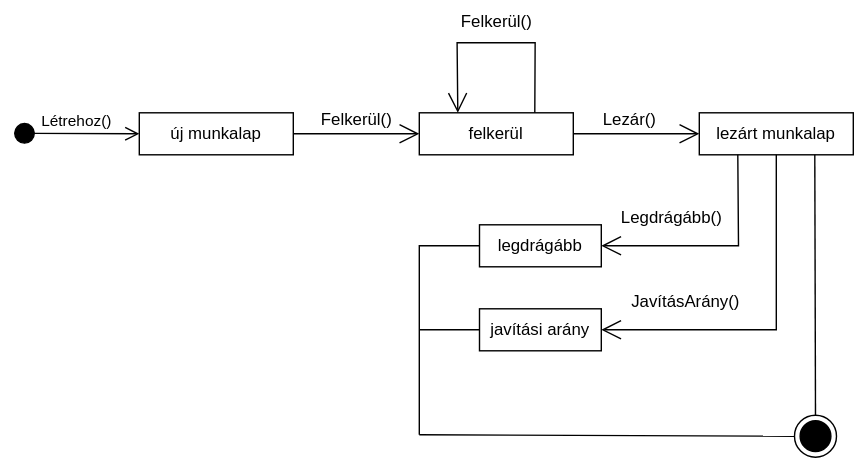
Above: 2/oep/nagybeadando/terv/allapot_diagram.svg in sassvagyok/elte-ik (draw.io), before the change. Source tidied: cells renumbered, new cells last; positions are measured from the earlier drawing's top-left corner, leaving out a move shared by most shapes.
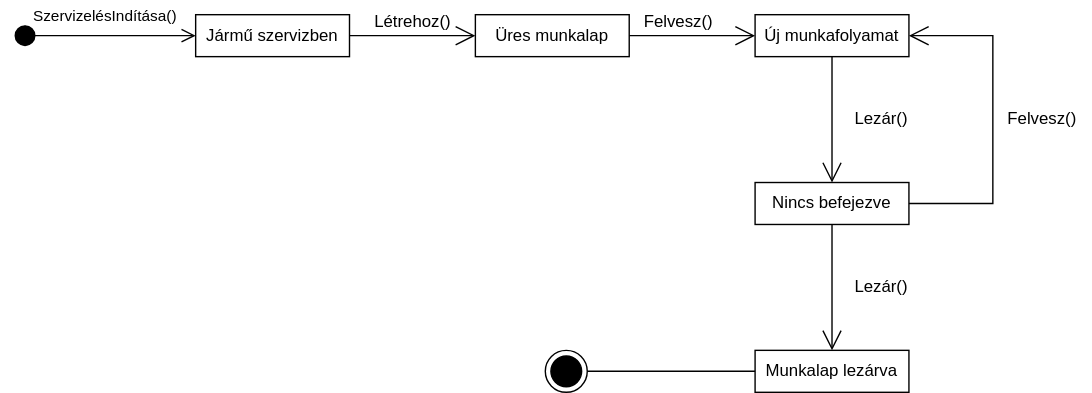
After the change.

The edit, as a diff of the source:
```diff
@@ -2,94 +2,70 @@
   <root>
     <mxCell id="0" />
     <mxCell id="1" parent="0" />
-    <mxCell id="2" value="Létrehoz()" style="html=1;verticalAlign=bottom;startArrow=circle;startFill=1;endArrow=open;startSize=6;endSize=8;curved=0;rounded=0;entryX=0;entryY=0.5;entryDx=0;entryDy=0;" parent="1" edge="1" target="3">
-      <mxGeometry relative="1" as="geometry">
-        <mxPoint y="94.7" as="sourcePoint" />
+    <mxCell id="2" value="SzervizelésIndítása()" style="html=1;verticalAlign=bottom;startArrow=circle;startFill=1;endArrow=open;startSize=6;endSize=8;curved=0;rounded=0;entryX=0;entryY=0.5;entryDx=0;entryDy=0;" parent="1" edge="1" target="3">
+      <mxGeometry y="5" relative="1" as="geometry">
+        <mxPoint x="-40" y="95" as="sourcePoint" />
       </mxGeometry>
     </mxCell>
-    <mxCell id="3" value="új munkalap" style="html=1;whiteSpace=wrap;" parent="1" vertex="1">
+    <mxCell id="3" value="Jármű szervizben" style="html=1;whiteSpace=wrap;" parent="1" vertex="1">
       <mxGeometry x="90" y="80" width="110" height="30" as="geometry" />
     </mxCell>
-    <mxCell id="4" value="felkerül" style="html=1;whiteSpace=wrap;" parent="1" vertex="1">
+    <mxCell id="4" value="Üres munkalap" style="html=1;whiteSpace=wrap;" parent="1" vertex="1">
       <mxGeometry x="290" y="80" width="110" height="30" as="geometry" />
     </mxCell>
     <mxCell id="5" style="endArrow=open;endFill=1;endSize=12;html=1;rounded=0;exitX=1;exitY=0.5;exitDx=0;exitDy=0;entryX=0;entryY=0.5;entryDx=0;entryDy=0;" parent="1" edge="1" source="3" target="4">
       <mxGeometry relative="1" as="geometry" />
     </mxCell>
-    <mxCell id="6" value="Felkerül()" style="text;html=1;align=center;verticalAlign=middle;strokeColor=none;fillColor=none;" parent="1" vertex="1">
-      <mxGeometry x="210" y="70" width="70" height="30" as="geometry" />
+    <mxCell id="6" value="Létrehoz()" style="text;html=1;align=center;verticalAlign=middle;strokeColor=none;fillColor=none;" parent="1" vertex="1">
+      <mxGeometry x="205" y="70" width="80" height="30" as="geometry" />
     </mxCell>
-    <mxCell id="7" value="Lezár()" style="text;html=1;align=center;verticalAlign=middle;strokeColor=none;fillColor=none;" parent="1" vertex="1">
-      <mxGeometry x="410" y="70" width="60" height="30" as="geometry" />
-    </mxCell>
     <mxCell id="8" style="endArrow=open;endFill=1;endSize=12;html=1;rounded=0;exitX=1;exitY=0.5;exitDx=0;exitDy=0;" parent="1" edge="1" source="4">
       <mxGeometry relative="1" as="geometry">
         <mxPoint x="490" y="95" as="targetPoint" />
       </mxGeometry>
     </mxCell>
-    <mxCell id="9" value="lezárt munkalap" style="html=1;whiteSpace=wrap;" parent="1" vertex="1">
+    <mxCell id="9" value="Új munkafolyamat" style="html=1;whiteSpace=wrap;" parent="1" vertex="1">
       <mxGeometry x="490" y="80" width="110" height="30" as="geometry" />
     </mxCell>
-    <mxCell id="10" style="endArrow=open;endFill=1;endSize=12;html=1;rounded=0;exitX=0.75;exitY=0;exitDx=0;exitDy=0;entryX=0.25;entryY=0;entryDx=0;entryDy=0;" parent="1" edge="1" source="4" target="4">
-      <mxGeometry relative="1" as="geometry">
-        <Array as="points">
-          <mxPoint x="372.8" y="30" />
-          <mxPoint x="317" y="30" />
-        </Array>
-      </mxGeometry>
-    </mxCell>
-    <mxCell id="11" value="Felkerül()" style="text;html=1;align=center;verticalAlign=middle;strokeColor=none;fillColor=none;" parent="1" vertex="1">
-      <mxGeometry x="310" width="70" height="30" as="geometry" />
+    <mxCell id="11" value="Felvesz()" style="text;html=1;align=center;verticalAlign=middle;strokeColor=none;fillColor=none;" parent="1" vertex="1">
+      <mxGeometry x="400" y="70" width="70" height="30" as="geometry" />
     </mxCell>
-    <mxCell id="12" style="endArrow=open;endFill=1;endSize=12;html=1;rounded=0;exitX=0.25;exitY=1;exitDx=0;exitDy=0;entryX=1;entryY=0.5;entryDx=0;entryDy=0;" parent="1" edge="1" source="9" target="14">
-      <mxGeometry relative="1" as="geometry">
-        <Array as="points">
-          <mxPoint x="518" y="175" />
-        </Array>
-      </mxGeometry>
-    </mxCell>
-    <mxCell id="13" value="Legdrágább()" style="text;html=1;align=center;verticalAlign=middle;strokeColor=none;fillColor=none;" parent="1" vertex="1">
-      <mxGeometry x="420" y="140" width="100" height="30" as="geometry" />
-    </mxCell>
-    <mxCell id="14" value="legdrágább" style="html=1;whiteSpace=wrap;" parent="1" vertex="1">
-      <mxGeometry x="333" y="160" width="87" height="30" as="geometry" />
-    </mxCell>
-    <mxCell id="15" style="endArrow=open;endFill=1;endSize=12;html=1;rounded=0;exitX=0.5;exitY=1;exitDx=0;exitDy=0;entryX=1;entryY=0.5;entryDx=0;entryDy=0;" parent="1" edge="1" source="9" target="16">
-      <mxGeometry relative="1" as="geometry">
-        <Array as="points">
-          <mxPoint x="545" y="235" />
-        </Array>
-      </mxGeometry>
-    </mxCell>
-    <mxCell id="16" value="javítási arány" style="html=1;whiteSpace=wrap;" parent="1" vertex="1">
-      <mxGeometry x="333" y="220" width="87" height="30" as="geometry" />
-    </mxCell>
     <mxCell id="17" style="ellipse;html=1;shape=endState;fillColor=#000000;strokeColor=default;" parent="1" vertex="1">
-      <mxGeometry x="558" y="296" width="30" height="30" as="geometry" />
+      <mxGeometry x="340" y="320" width="30" height="30" as="geometry" />
     </mxCell>
-    <mxCell id="18" value="&lt;div&gt;JavításArány()&lt;/div&gt;" style="text;html=1;align=center;verticalAlign=middle;strokeColor=none;fillColor=none;" parent="1" vertex="1">
-      <mxGeometry x="430" y="200" width="100" height="30" as="geometry" />
-    </mxCell>
-    <mxCell id="19" style="endArrow=none;html=1;rounded=0;entryX=0;entryY=0.5;entryDx=0;entryDy=0;" parent="1" edge="1" target="14">
-      <mxGeometry relative="1" as="geometry">
-        <mxPoint x="290" y="310" as="sourcePoint" />
-        <Array as="points">
-          <mxPoint x="290" y="175" />
-        </Array>
-      </mxGeometry>
-    </mxCell>
-    <mxCell id="20" style="endArrow=none;html=1;rounded=0;entryX=0;entryY=0.5;entryDx=0;entryDy=0;" parent="1" edge="1" target="16">
-      <mxGeometry relative="1" as="geometry">
-        <mxPoint x="290" y="235" as="sourcePoint" />
-      </mxGeometry>
-    </mxCell>
-    <mxCell id="21" style="endArrow=none;html=1;rounded=0;entryX=0.75;entryY=1;entryDx=0;entryDy=0;exitX=0.5;exitY=0;exitDx=0;exitDy=0;" parent="1" edge="1" source="17" target="9">
-      <mxGeometry relative="1" as="geometry" />
-    </mxCell>
-    <mxCell id="22" style="endArrow=none;html=1;rounded=0;entryX=0;entryY=0.5;entryDx=0;entryDy=0;" parent="1" edge="1" target="17">
-      <mxGeometry relative="1" as="geometry">
-        <mxPoint x="290" y="310" as="sourcePoint" />
-      </mxGeometry>
-    </mxCell>
+    <mxCell id="23" value="Nincs befejezve" style="html=1;whiteSpace=wrap;" parent="1" vertex="1">
+      <mxGeometry x="490" y="200" width="110" height="30" as="geometry" />
+    </mxCell>
+    <mxCell id="24" style="endArrow=open;endFill=1;endSize=12;html=1;rounded=0;exitX=0.5;exitY=1;exitDx=0;exitDy=0;entryX=0.5;entryY=0;entryDx=0;entryDy=0;" parent="1" edge="1" source="9" target="23">
+      <mxGeometry relative="1" as="geometry" />
+    </mxCell>
+    <mxCell id="25" value="Lezár()" style="text;html=1;align=center;verticalAlign=middle;strokeColor=none;fillColor=none;" parent="1" vertex="1">
+      <mxGeometry x="550" y="140" width="60" height="30" as="geometry" />
+    </mxCell>
+    <mxCell id="26" style="endArrow=open;endFill=1;endSize=12;html=1;rounded=0;exitX=1;exitY=0.5;exitDx=0;exitDy=0;entryX=1;entryY=0.5;entryDx=0;entryDy=0;" parent="1" edge="1" source="23" target="9">
+      <mxGeometry relative="1" as="geometry">
+        <Array as="points">
+          <mxPoint x="660" y="215" />
+          <mxPoint x="660" y="95" />
+        </Array>
+      </mxGeometry>
+    </mxCell>
+    <mxCell id="27" value="Felvesz()" style="text;html=1;align=center;verticalAlign=middle;strokeColor=none;fillColor=none;" parent="1" vertex="1">
+      <mxGeometry x="660" y="140" width="70" height="30" as="geometry" />
+    </mxCell>
+    <mxCell id="28" style="endArrow=open;endFill=1;endSize=12;html=1;rounded=0;exitX=0.5;exitY=1;exitDx=0;exitDy=0;" parent="1" edge="1" source="23">
+      <mxGeometry relative="1" as="geometry">
+        <mxPoint x="545" y="320" as="targetPoint" />
+      </mxGeometry>
+    </mxCell>
+    <mxCell id="29" value="Munkalap lezárva" style="html=1;whiteSpace=wrap;" parent="1" vertex="1">
+      <mxGeometry x="490" y="320" width="110" height="30" as="geometry" />
+    </mxCell>
+    <mxCell id="30" value="Lezár()" style="text;html=1;align=center;verticalAlign=middle;strokeColor=none;fillColor=none;" parent="1" vertex="1">
+      <mxGeometry x="550" y="260" width="60" height="30" as="geometry" />
+    </mxCell>
+    <mxCell id="31" style="endArrow=none;html=1;rounded=0;entryX=0;entryY=0.5;entryDx=0;entryDy=0;exitX=1;exitY=0.5;exitDx=0;exitDy=0;" parent="1" edge="1" source="17" target="29">
+      <mxGeometry relative="1" as="geometry" />
+    </mxCell>
   </root>
 </mxGraphModel>
```
